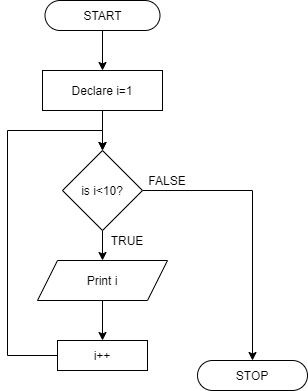
Before: for10.png, a diagram exported from draw.io (VishalSahu/Flowcharts). Source tidied: cells renumbered, new cells last; positions are measured from the earlier drawing's top-left corner, leaving out a move shared by most shapes.
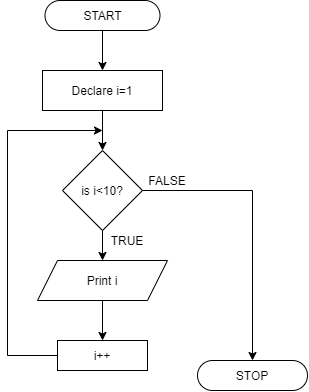
After the change.

Change to the diagram source:
```diff
@@ -26,15 +26,14 @@
     <mxCell id="9" value="Print i" style="shape=parallelogram;perimeter=parallelogramPerimeter;whiteSpace=wrap;html=1;fixedSize=1;" parent="1" vertex="1">
       <mxGeometry x="30" y="260" width="130" height="40" as="geometry" />
     </mxCell>
-    <mxCell id="10" style="edgeStyle=orthogonalEdgeStyle;rounded=0;jettySize=auto;html=1;exitX=0;exitY=0.5;exitDx=0;exitDy=0;entryX=0.5;entryY=0;entryDx=0;entryDy=0;" parent="1" edge="1" source="11" target="7">
-      <mxGeometry relative="1" as="geometry">
-        <Array as="points">
-          <mxPoint y="355" />
-          <mxPoint y="130" />
-          <mxPoint x="95" y="130" />
-        </Array>
-      </mxGeometry>
-    </mxCell>
+    <mxCell id="16" style="edgeStyle=orthogonalEdgeStyle;rounded=0;jettySize=auto;html=1;exitX=0;exitY=0.5;exitDx=0;exitDy=0;" parent="1" edge="1" source="11">
+      <mxGeometry relative="1" as="geometry">
+        <mxPoint x="95" y="130" as="targetPoint" />
+        <Array as="points">
+          <mxPoint y="355" />
+        </Array>
+      </mxGeometry>
+    </mxCell>
     <mxCell id="11" value="i++" style="rounded=0;whiteSpace=wrap;html=1;" parent="1" vertex="1">
       <mxGeometry x="50" y="340" width="90" height="30" as="geometry" />
     </mxCell>
```
